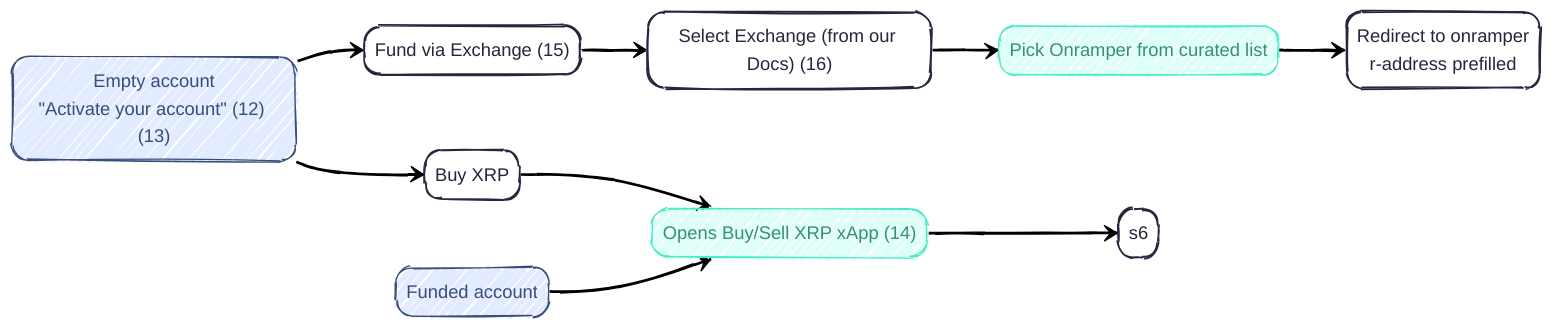
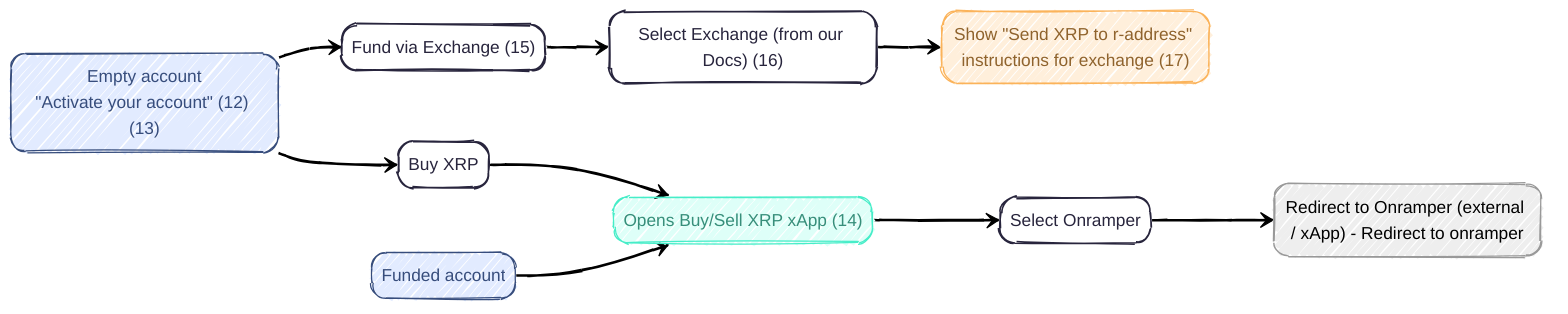
---
config:
  theme: redux
  look: handDrawn
  fontFamily: '''Inter Variable'', sans-serif'
  themeVariables:
    fontFamily: '''Inter Variable'', sans-serif'
---
stateDiagram
  direction LR
  classDef Sky stroke-width:1px,stroke-dasharray:none,stroke:#374D7C,fill:#E2EBFF,color:#374D7C;
  classDef Aqua stroke-width:1px,stroke-dasharray:none,stroke:#46EDC8,fill:#DEFFF8,color:#378E7A;
+   classDef Peach stroke-width:1px,stroke-dasharray:none,stroke:#FBB35A,fill:#FFEFDB,color:#8F632D;
+   classDef Ash stroke-width:1px,stroke-dasharray:none,stroke:#999999,fill:#EEEEEE,color:#000000;
  x --> s1
  x --> s2
  s2 --> s3
  y --> s3
  s1 --> s4
  s4 --> s5
  s3 --> s6
-   s5 --> s7
+   s6 --> s7
  x:Empty account<br>"Activate your account" (12) (13)
  s1:Fund via Exchange (15)
  s2:Buy XRP
  s3:Opens Buy/Sell XRP xApp (14)
  y:Funded account
  s4:Select Exchange (from our Docs) (16)
-   s5:Pick Onramper from curated list
-   s7:Redirect to onramper</br>r-address prefilled
+   s5:Show "Send XRP to r-address" instructions for exchange (17)
+   s6:Select Onramper
+   s7:Redirect to Onramper (external / xApp) - Redirect to onramper
  class x,y Sky
-   class s3,s5 Aqua+   class s3 Aqua
+   class s5 Peach
+   class s7 Ash
